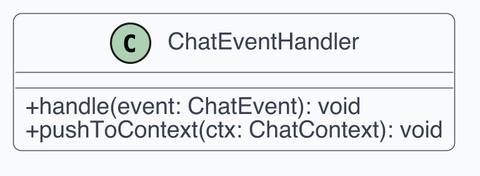
swenightpro/Documentazione keeps this PlantUML diagram as src/PB/Documentazione Esterna/Contenuti/componenti_specifiche_tecniche/assets/uml_frontend/20_chateventhandler.png. Above is the earlier version. Source of this version:
```plantuml
@startuml
!include _style.iuml
class ChatEventHandler {
  +handle(event: ChatEvent): void
  +pushToContext(ctx: ChatContext): void
}
@enduml
```
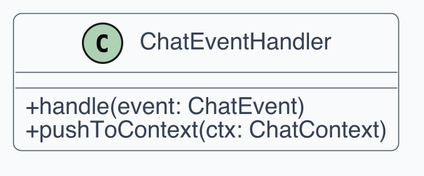
Above is the later version.

Change to the diagram source:
```diff
@@ -1,7 +1,23 @@
 @startuml
-!include _style.iuml
-class ChatEventHandler {
-  +handle(event: ChatEvent): void
-  +pushToContext(ctx: ChatContext): void
+skinparam dpi 300
+skinparam shadowing false
+skinparam backgroundColor White
+skinparam defaultFontName Helvetica
+skinparam defaultFontSize 12
+skinparam ArrowColor #4B5563
+skinparam ArrowThickness 1
+skinparam roundcorner 8
+skinparam class {
+  BackgroundColor #F9FAFB
+  BorderColor #4B5563
+  FontColor #111827
+  AttributeFontColor #374151
+  StereotypeFontColor #6B7280
+}
+skinparam classAttributeIconSize 0
+
+class "ChatEventHandler" as C1 {
+  + handle(event: ChatEvent)
+  + pushToContext(ctx: ChatContext)
 }
 @enduml
```
